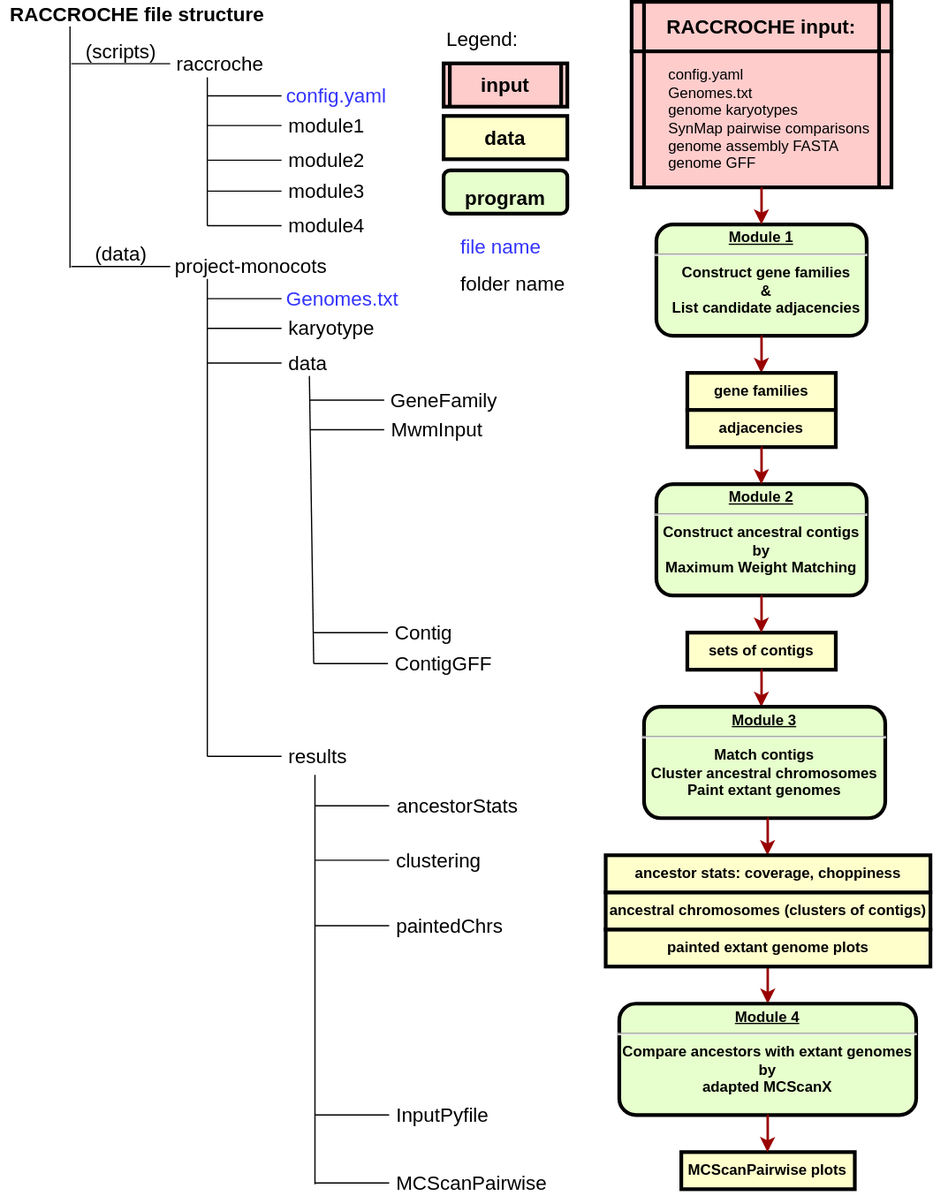
Above: documentation/program-vs-file-structure.svg in jin-repo/RACCROCHE (draw.io), before the change. Source tidied: cells renumbered, new cells last; positions are measured from the earlier drawing's top-left corner, leaving out a move shared by most shapes.
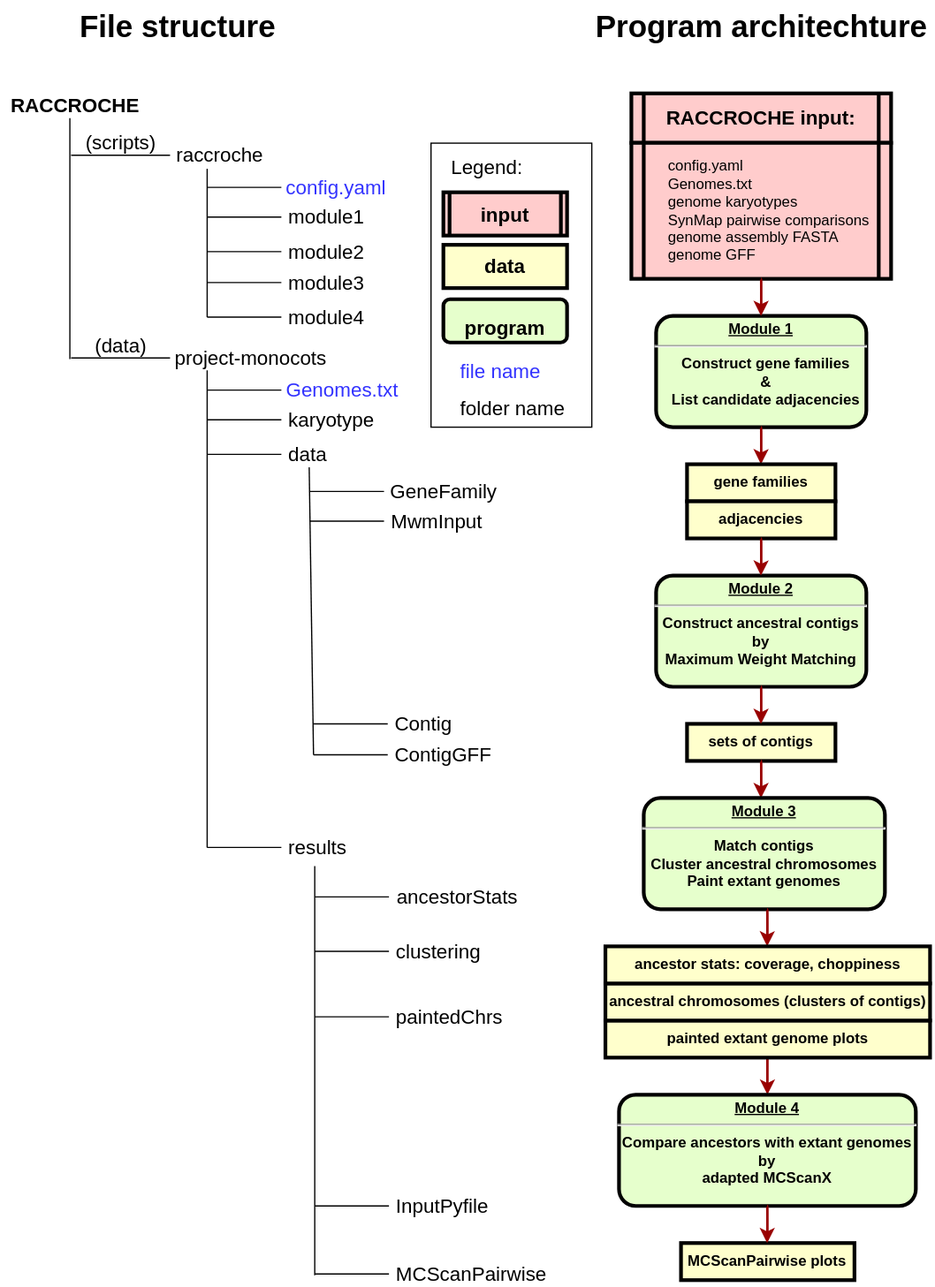
The same file after the commit.

What changed in the source:
```diff
@@ -95,8 +95,8 @@
         <mxPoint x="619.8" y="930" as="targetPoint" />
       </mxGeometry>
     </mxCell>
-    <mxCell id="25" value="RACCROCHE file structure" style="text;html=1;align=center;verticalAlign=middle;fontSize=16;fontStyle=1;" parent="1" vertex="1">
-      <mxGeometry width="220" height="20" as="geometry" />
+    <mxCell id="25" value="RACCROCHE" style="text;html=1;align=center;verticalAlign=middle;fontSize=16;fontStyle=1;" parent="1" vertex="1">
+      <mxGeometry width="120" height="20" as="geometry" />
     </mxCell>
     <mxCell id="26" style="endArrow=none;html=1;fontSize=16;" parent="1" edge="1">
       <mxGeometry relative="1" as="geometry">
@@ -364,23 +364,38 @@
         <mxPoint x="227" y="610" as="targetPoint" />
       </mxGeometry>
     </mxCell>
+    <mxCell id="98" value="File structure" style="text;html=1;align=center;verticalAlign=middle;fontSize=25;fontStyle=1;" parent="1" vertex="1">
+      <mxGeometry x="58" y="-75" width="170" height="40" as="geometry" />
+    </mxCell>
+    <mxCell id="99" value="Program architechture" style="text;html=1;align=center;verticalAlign=middle;fontSize=25;fontStyle=1;" parent="1" vertex="1">
+      <mxGeometry x="475" y="-75" width="280" height="40" as="geometry" />
+    </mxCell>
+    <mxCell id="100" style="group;" parent="1" vertex="1">
+      <mxGeometry x="358" y="80" width="120" height="190" as="geometry" />
+    </mxCell>
-    <mxCell id="90" style="group;" parent="1" vertex="1">
-      <mxGeometry x="358" y="49.8" width="100" height="121.5" as="geometry" />
+    <mxCell id="90" style="group;" parent="100" vertex="1">
+      <mxGeometry width="120" height="190" as="geometry" />
     </mxCell>
+    <mxCell id="101" style="group;" parent="90" vertex="1">
+      <mxGeometry x="-10" y="-39.8" width="130" height="229.8" as="geometry" />
+    </mxCell>
+    <mxCell id="102" style="rounded=0;whiteSpace=wrap;html=1;labelBackgroundColor=none;fontSize=16;fontColor=#000000;align=left;labelBorderColor=#000000;" parent="101" vertex="1">
+      <mxGeometry width="130" height="229.8" as="geometry" />
+    </mxCell>
-    <mxCell id="91" value="data" style="whiteSpace=wrap;align=center;verticalAlign=middle;fontStyle=1;strokeWidth=3;fillColor=#FFFFCC;fontSize=16;" parent="90" vertex="1">
-      <mxGeometry y="42.5" width="100" height="35" as="geometry" />
+    <mxCell id="91" value="data" style="whiteSpace=wrap;align=center;verticalAlign=middle;fontStyle=1;strokeWidth=3;fillColor=#FFFFCC;fontSize=16;" parent="101" vertex="1">
+      <mxGeometry x="10" y="82.2" width="100" height="35" as="geometry" />
     </mxCell>
-    <mxCell id="92" value="&lt;p style=&quot;line-height: 100%; font-size: 16px;&quot;&gt;program&lt;/p&gt;" style="verticalAlign=middle;align=center;overflow=fill;fontSize=16;fontFamily=Helvetica;html=1;rounded=1;fontStyle=1;strokeWidth=3;fillColor=#E6FFCC;spacingBottom=0;spacingTop=0;spacing=0;" parent="90" vertex="1">
-      <mxGeometry y="86.5" width="100" height="35" as="geometry" />
+    <mxCell id="92" value="&lt;p style=&quot;line-height: 100%; font-size: 16px;&quot;&gt;program&lt;/p&gt;" style="verticalAlign=middle;align=center;overflow=fill;fontSize=16;fontFamily=Helvetica;html=1;rounded=1;fontStyle=1;strokeWidth=3;fillColor=#E6FFCC;spacingBottom=0;spacingTop=0;spacing=0;" parent="101" vertex="1">
+      <mxGeometry x="10" y="126.2" width="100" height="35" as="geometry" />
     </mxCell>
-    <mxCell id="93" value="input" style="shape=process;whiteSpace=wrap;align=center;verticalAlign=middle;size=0.0475;fontStyle=1;strokeWidth=3;fillColor=#FFCCCC;fontSize=16;" parent="90" vertex="1">
-      <mxGeometry width="100" height="35" as="geometry" />
+    <mxCell id="93" value="input" style="shape=process;whiteSpace=wrap;align=center;verticalAlign=middle;size=0.0475;fontStyle=1;strokeWidth=3;fillColor=#FFCCCC;fontSize=16;" parent="101" vertex="1">
+      <mxGeometry x="10" y="39.8" width="100" height="35" as="geometry" />
     </mxCell>
-    <mxCell id="94" value="Legend:" style="text;html=1;align=center;verticalAlign=middle;fontSize=16;fontColor=#000000;" parent="1" vertex="1">
-      <mxGeometry x="354" y="20" width="70" height="20" as="geometry" />
+    <mxCell id="94" value="Legend:" style="text;html=1;align=center;verticalAlign=middle;fontSize=16;fontColor=#000000;" parent="101" vertex="1">
+      <mxGeometry x="10" y="9.8" width="70" height="20" as="geometry" />
     </mxCell>
-    <mxCell id="95" style="group;" parent="1" vertex="1">
-      <mxGeometry x="370" y="188" width="100" height="50" as="geometry" />
+    <mxCell id="95" style="group;" parent="100" vertex="1">
+      <mxGeometry x="12" y="135.2" width="100" height="50" as="geometry" />
     </mxCell>
     <mxCell id="96" value="file name" style="text;html=1;align=left;verticalAlign=middle;fontSize=16;fontColor=#3333FF;" parent="95" vertex="1">
       <mxGeometry width="80" height="20" as="geometry" />
```
